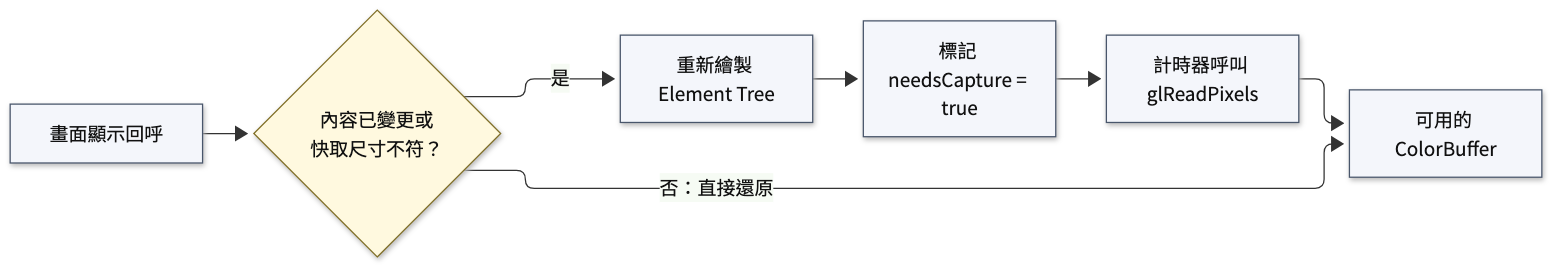
The Mermaid diagram docs/figures/ch06_color-buffer-flow.png in YuanOwO/CG-hw1-paint, before a commit. Its source is kept beside it as docs/figures-src/ch06_color-buffer-flow.mmd. Its diagram source:
```mermaid
flowchart LR
    display[畫面顯示回呼] --> dirty{內容已變更或<br/>快取尺寸不符？}
    dirty -- 是 --> render[重新繪製 Element Tree]
    render --> pending[標記 needsCapture = true]
    pending --> timer[計時器呼叫 glReadPixels]
    timer --> cache[可用的 ColorBuffer]
    dirty -- 否：直接還原 --> cache

    classDef step fill:#f4f6fb,stroke:#49566b,color:#111,stroke-width:1px;
    classDef decision fill:#fff9df,stroke:#806f27,color:#111,stroke-width:1px;
    class display,render,pending,timer,cache step;
    class dirty decision;
```
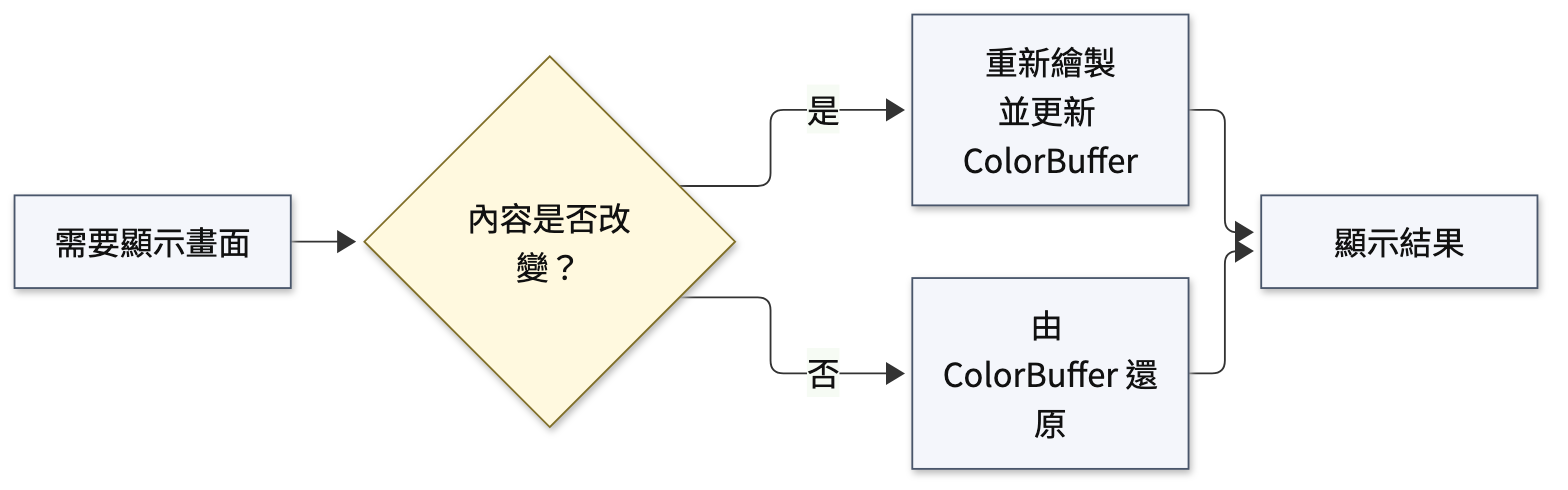
After the change.

Diff of the diagram source:
```diff
@@ -1,12 +1,11 @@
 flowchart LR
-    display[畫面顯示回呼] --> dirty{內容已變更或<br/>快取尺寸不符？}
-    dirty -- 是 --> render[重新繪製 Element Tree]
-    render --> pending[標記 needsCapture = true]
-    pending --> timer[計時器呼叫 glReadPixels]
-    timer --> cache[可用的 ColorBuffer]
-    dirty -- 否：直接還原 --> cache
+    display[需要顯示畫面] --> dirty{內容是否改變？}
+    dirty -- 是 --> render[重新繪製<br/>並更新 ColorBuffer]
+    dirty -- 否 --> restore[由 ColorBuffer 還原]
+    render --> screen[顯示結果]
+    restore --> screen
 
     classDef step fill:#f4f6fb,stroke:#49566b,color:#111,stroke-width:1px;
     classDef decision fill:#fff9df,stroke:#806f27,color:#111,stroke-width:1px;
-    class display,render,pending,timer,cache step;
+    class display,render,restore,screen step;
     class dirty decision;
```
